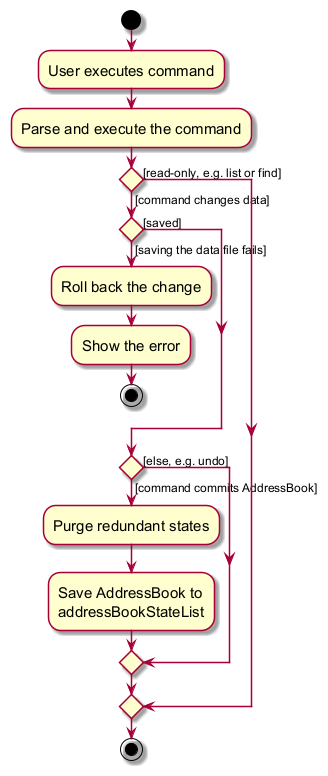
The PlantUML diagram docs/images/CommitActivityDiagram.png in AY2627S1-CS2103T-F12-4/tp, before a commit. Its diagram source:
```plantuml
@startuml
skin rose
skinparam ActivityFontSize 15
skinparam ArrowFontSize 12
start
:User executes command;
:Parse and execute the command;


if () then ([command changes data])
    if () then ([saving the data file fails])
        :Roll back the change;
        :Show the error;
        stop
    else ([saved])
    endif
    if () then ([command commits AddressBook])
        :Purge redundant states;
        :Save AddressBook to
        addressBookStateList;
    else ([else, e.g. undo])
    endif
else ([read-only, e.g. list or find])
endif
stop
@enduml
```
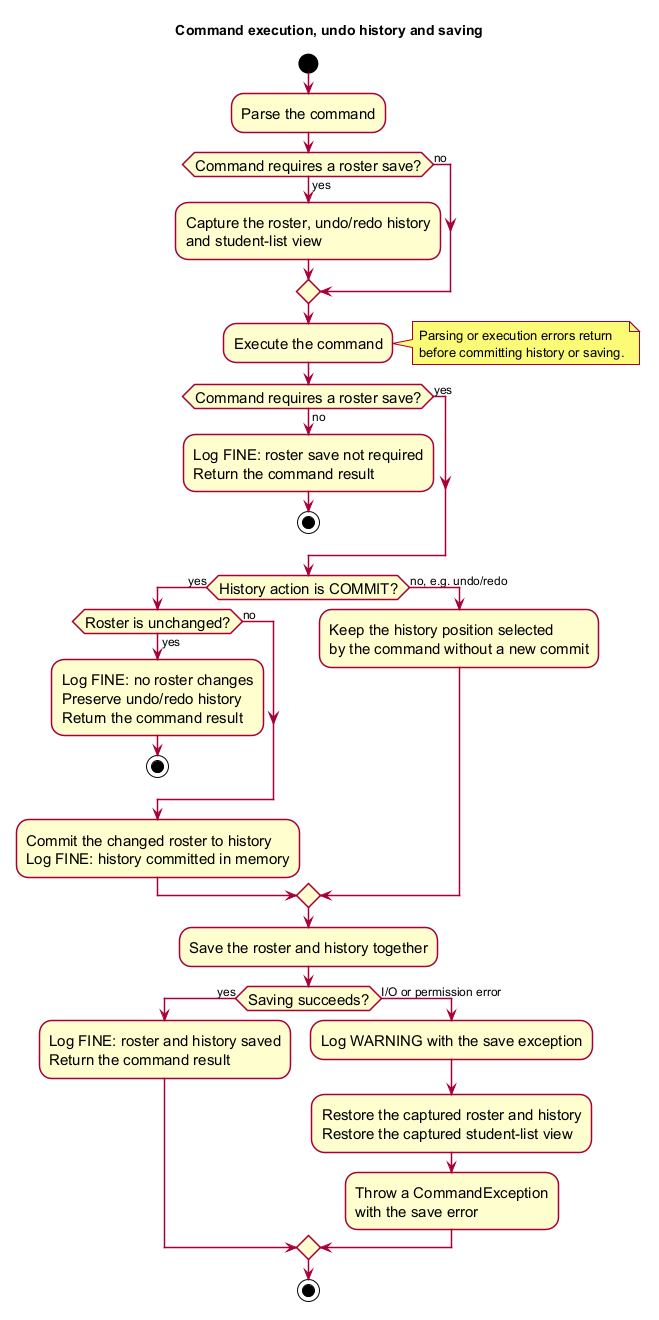
The same file after the commit.

Commit message:
Update undo/save UML and log command save decisions

Change to the diagram source:
```diff
@@ -2,25 +2,44 @@
 skin rose
 skinparam ActivityFontSize 15
 skinparam ArrowFontSize 12
+skinparam Shadowing false
+title Command execution, undo history and saving
 start
-:User executes command;
-:Parse and execute the command;
+:Parse the command;
+if (Command requires a roster save?) then (yes)
+    :Capture the roster, undo/redo history\nand student-list view;
+else (no)
+endif
+:Execute the command;
+note right
+  Parsing or execution errors return
+  before committing history or saving.
+end note
 
+if (Command requires a roster save?) then (no)
+    :Log FINE: roster save not required\nReturn the command result;
+    stop
+else (yes)
+endif
 
-if () then ([command changes data])
-    if () then ([saving the data file fails])
-        :Roll back the change;
-        :Show the error;
+if (History action is COMMIT?) then (yes)
+    if (Roster is unchanged?) then (yes)
+        :Log FINE: no roster changes\nPreserve undo/redo history\nReturn the command result;
         stop
-    else ([saved])
+    else (no)
     endif
-    if () then ([command commits AddressBook])
-        :Purge redundant states;
-        :Save AddressBook to
-        addressBookStateList;
-    else ([else, e.g. undo])
-    endif
-else ([read-only, e.g. list or find])
+    :Commit the changed roster to history\nLog FINE: history committed in memory;
+else (no, e.g. undo/redo)
+    :Keep the history position selected\nby the command without a new commit;
+endif
+
+:Save the roster and history together;
+if (Saving succeeds?) then (yes)
+    :Log FINE: roster and history saved\nReturn the command result;
+else (I/O or permission error)
+    :Log WARNING with the save exception;
+    :Restore the captured roster and history\nRestore the captured student-list view;
+    :Throw a CommandException\nwith the save error;
 endif
 stop
 @enduml
```
